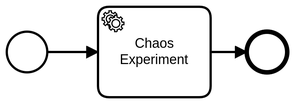
The BPMN diagram docs/assets/chaos-test.png in zeebe-io/zeebe-cluster-testbench, before a commit. Its source is kept beside it as workflows/chaos-test.bpmn. Ids are renumbered. The source it was exported from:
```xml
<bpmn:definitions xmlns:bpmn="http://www.omg.org/spec/BPMN/20100524/MODEL" xmlns:bpmndi="http://www.omg.org/spec/BPMN/20100524/DI" xmlns:dc="http://www.omg.org/spec/DD/20100524/DC" xmlns:di="http://www.omg.org/spec/DD/20100524/DI" xmlns:zeebe="http://camunda.org/schema/zeebe/1.0" id="Definitions_n1" targetNamespace="http://bpmn.io/schema/bpmn" exporter="Zeebe Modeler" exporterVersion="0.10.0">
  <bpmn:process id="chaos-test" isExecutable="true">
    <bpmn:startEvent id="StartEvent_1">
      <bpmn:extensionElements>
        <zeebe:ioMapping>
          <zeebe:output source="={}" target="testResult" />
        </zeebe:ioMapping>
      </bpmn:extensionElements>
      <bpmn:outgoing>Flow_n2</bpmn:outgoing>
    </bpmn:startEvent>
    <bpmn:sequenceFlow id="Flow_n2" sourceRef="StartEvent_1" targetRef="chaos-experiments" />
    <bpmn:endEvent id="Event_n3">
      <bpmn:incoming>Flow_n4</bpmn:incoming>
    </bpmn:endEvent>
    <bpmn:sequenceFlow id="Flow_n4" sourceRef="chaos-experiments" targetRef="Event_n3" />
    <bpmn:serviceTask id="chaos-experiments" name="Chaos Experiment">
      <bpmn:extensionElements>
        <zeebe:taskDefinition type="chaos-experiments" />
      </bpmn:extensionElements>
      <bpmn:incoming>Flow_n2</bpmn:incoming>
      <bpmn:outgoing>Flow_n4</bpmn:outgoing>
    </bpmn:serviceTask>
  </bpmn:process>
  <bpmndi:BPMNDiagram id="BPMNDiagram_1">
    <bpmndi:BPMNPlane id="BPMNPlane_1" bpmnElement="chaos-test">
      <bpmndi:BPMNEdge id="Flow_n2_di" bpmnElement="Flow_n2">
        <di:waypoint x="215" y="97" />
        <di:waypoint x="260" y="97" />
      </bpmndi:BPMNEdge>
      <bpmndi:BPMNEdge id="Flow_n4_di" bpmnElement="Flow_n4">
        <di:waypoint x="360" y="97" />
        <di:waypoint x="392" y="97" />
      </bpmndi:BPMNEdge>
      <bpmndi:BPMNShape id="_BPMNShape_StartEvent_2" bpmnElement="StartEvent_1">
        <dc:Bounds x="179" y="79" width="36" height="36" />
      </bpmndi:BPMNShape>
      <bpmndi:BPMNShape id="Activity_0kqp6ns_di" bpmnElement="chaos-experiments">
        <dc:Bounds x="260" y="57" width="100" height="80" />
      </bpmndi:BPMNShape>
      <bpmndi:BPMNShape id="Event_n3_di" bpmnElement="Event_n3">
        <dc:Bounds x="392" y="79" width="36" height="36" />
      </bpmndi:BPMNShape>
    </bpmndi:BPMNPlane>
  </bpmndi:BPMNDiagram>
</bpmn:definitions>
```
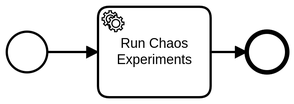
The same diagram one commit later.

Commit message:
chore(workflows): use 'Run Chaos Experiments' as name

Diff of the diagram source:
```diff
@@ -8,12 +8,12 @@
       </bpmn:extensionElements>
       <bpmn:outgoing>Flow_n2</bpmn:outgoing>
     </bpmn:startEvent>
-    <bpmn:sequenceFlow id="Flow_n2" sourceRef="StartEvent_1" targetRef="chaos-experiments" />
+    <bpmn:sequenceFlow id="Flow_n2" sourceRef="StartEvent_1" targetRef="run-chaos-experiments" />
     <bpmn:endEvent id="Event_n3">
       <bpmn:incoming>Flow_n4</bpmn:incoming>
     </bpmn:endEvent>
-    <bpmn:sequenceFlow id="Flow_n4" sourceRef="chaos-experiments" targetRef="Event_n3" />
-    <bpmn:serviceTask id="chaos-experiments" name="Chaos Experiment">
+    <bpmn:sequenceFlow id="Flow_n4" sourceRef="run-chaos-experiments" targetRef="Event_n3" />
+    <bpmn:serviceTask id="run-chaos-experiments" name="Run Chaos Experiments">
       <bpmn:extensionElements>
         <zeebe:taskDefinition type="chaos-experiments" />
       </bpmn:extensionElements>
@@ -23,23 +23,23 @@
   </bpmn:process>
   <bpmndi:BPMNDiagram id="BPMNDiagram_1">
     <bpmndi:BPMNPlane id="BPMNPlane_1" bpmnElement="chaos-test">
+      <bpmndi:BPMNEdge id="Flow_n4_di" bpmnElement="Flow_n4">
+        <di:waypoint x="360" y="97" />
+        <di:waypoint x="392" y="97" />
+      </bpmndi:BPMNEdge>
       <bpmndi:BPMNEdge id="Flow_n2_di" bpmnElement="Flow_n2">
         <di:waypoint x="215" y="97" />
         <di:waypoint x="260" y="97" />
       </bpmndi:BPMNEdge>
-      <bpmndi:BPMNEdge id="Flow_n4_di" bpmnElement="Flow_n4">
-        <di:waypoint x="360" y="97" />
-        <di:waypoint x="392" y="97" />
-      </bpmndi:BPMNEdge>
       <bpmndi:BPMNShape id="_BPMNShape_StartEvent_2" bpmnElement="StartEvent_1">
         <dc:Bounds x="179" y="79" width="36" height="36" />
-      </bpmndi:BPMNShape>
-      <bpmndi:BPMNShape id="Activity_0kqp6ns_di" bpmnElement="chaos-experiments">
-        <dc:Bounds x="260" y="57" width="100" height="80" />
       </bpmndi:BPMNShape>
       <bpmndi:BPMNShape id="Event_n3_di" bpmnElement="Event_n3">
         <dc:Bounds x="392" y="79" width="36" height="36" />
       </bpmndi:BPMNShape>
+      <bpmndi:BPMNShape id="Activity_0kqp6ns_di" bpmnElement="run-chaos-experiments">
+        <dc:Bounds x="260" y="57" width="100" height="80" />
+      </bpmndi:BPMNShape>
     </bpmndi:BPMNPlane>
   </bpmndi:BPMNDiagram>
 </bpmn:definitions>
```
